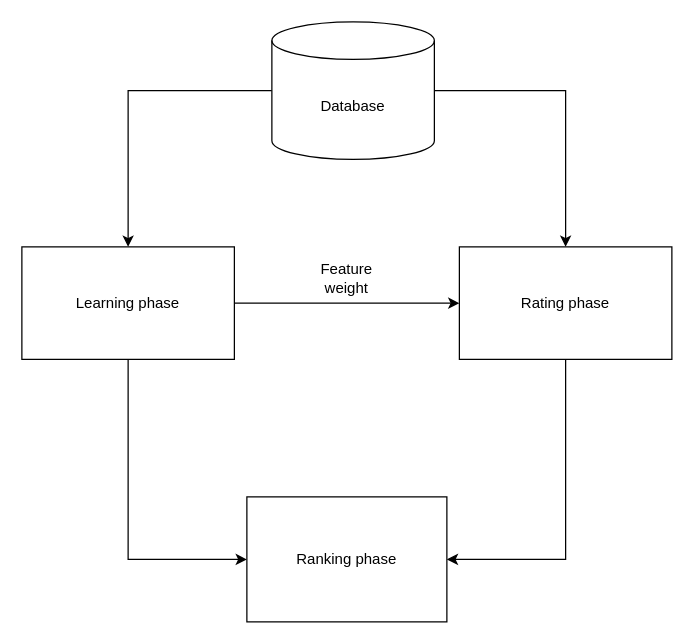
The draw.io diagram phasesofplayerank.drawio in ChristyBinu-4/Lab-assignments, before the edit. Source tidied: cells renumbered, new cells numbered last; positions are measured from the earlier drawing's top-left corner, leaving out a move shared by most shapes. Both pictures are drawn from the tidied source at 125%, with x=0, y=0 at pixel (21, 21).
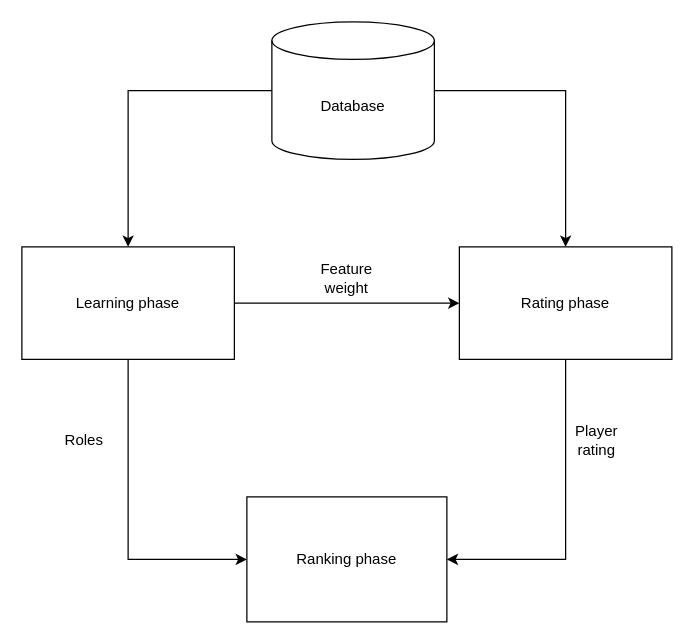
The same page after the edit.

Change to the diagram source:
```diff
@@
 <mxGraphModel>
   <root>
     <mxCell id="0" />
     <mxCell id="1" parent="0" />
     <mxCell id="2" style="edgeStyle=orthogonalEdgeStyle;rounded=0;jettySize=auto;html=1;" parent="1" edge="1" source="4" target="6">
       <mxGeometry relative="1" as="geometry" />
     </mxCell>
     <mxCell id="3" style="edgeStyle=orthogonalEdgeStyle;rounded=0;jettySize=auto;html=1;" parent="1" edge="1" source="4" target="11">
       <mxGeometry relative="1" as="geometry">
         <Array as="points">
           <mxPoint x="85" y="430" />
         </Array>
       </mxGeometry>
     </mxCell>
     <mxCell id="4" value="Learning phase" style="rounded=0;whiteSpace=wrap;html=1;" parent="1" vertex="1">
       <mxGeometry y="180" width="170" height="90" as="geometry" />
     </mxCell>
     <mxCell id="5" style="edgeStyle=orthogonalEdgeStyle;rounded=0;jettySize=auto;html=1;" parent="1" edge="1" source="6" target="11">
       <mxGeometry relative="1" as="geometry">
         <Array as="points">
           <mxPoint x="435" y="430" />
         </Array>
       </mxGeometry>
     </mxCell>
     <mxCell id="6" value="Rating phase" style="rounded=0;whiteSpace=wrap;html=1;" parent="1" vertex="1">
       <mxGeometry x="350" y="180" width="170" height="90" as="geometry" />
     </mxCell>
     <mxCell id="7" style="edgeStyle=orthogonalEdgeStyle;rounded=0;jettySize=auto;html=1;entryX=0.5;entryY=0;entryDx=0;entryDy=0;" parent="1" edge="1" source="9" target="4">
       <mxGeometry relative="1" as="geometry" />
     </mxCell>
     <mxCell id="8" style="edgeStyle=orthogonalEdgeStyle;rounded=0;jettySize=auto;html=1;" parent="1" edge="1" source="9" target="6">
       <mxGeometry relative="1" as="geometry" />
     </mxCell>
     <mxCell id="9" value="Database" style="shape=cylinder3;whiteSpace=wrap;html=1;boundedLbl=1;backgroundOutline=1;size=15;" parent="1" vertex="1">
       <mxGeometry x="200" width="130" height="110" as="geometry" />
     </mxCell>
     <mxCell id="10" value="Feature weight" style="text;html=1;align=center;verticalAlign=middle;whiteSpace=wrap;rounded=0;" parent="1" vertex="1">
       <mxGeometry x="230" y="190" width="60" height="30" as="geometry" />
     </mxCell>
     <mxCell id="11" value="Ranking phase" style="rounded=0;whiteSpace=wrap;html=1;" parent="1" vertex="1">
       <mxGeometry x="180" y="380" width="160" height="100" as="geometry" />
     </mxCell>
+    <mxCell id="12" value="Player rating" style="text;html=1;align=center;verticalAlign=middle;whiteSpace=wrap;rounded=0;" parent="1" vertex="1">
+      <mxGeometry x="430" y="320" width="60" height="30" as="geometry" />
+    </mxCell>
+    <mxCell id="13" value="Roles" style="text;html=1;align=center;verticalAlign=middle;whiteSpace=wrap;rounded=0;" parent="1" vertex="1">
+      <mxGeometry x="20" y="320" width="60" height="30" as="geometry" />
+    </mxCell>
   </root>
 </mxGraphModel>
```
